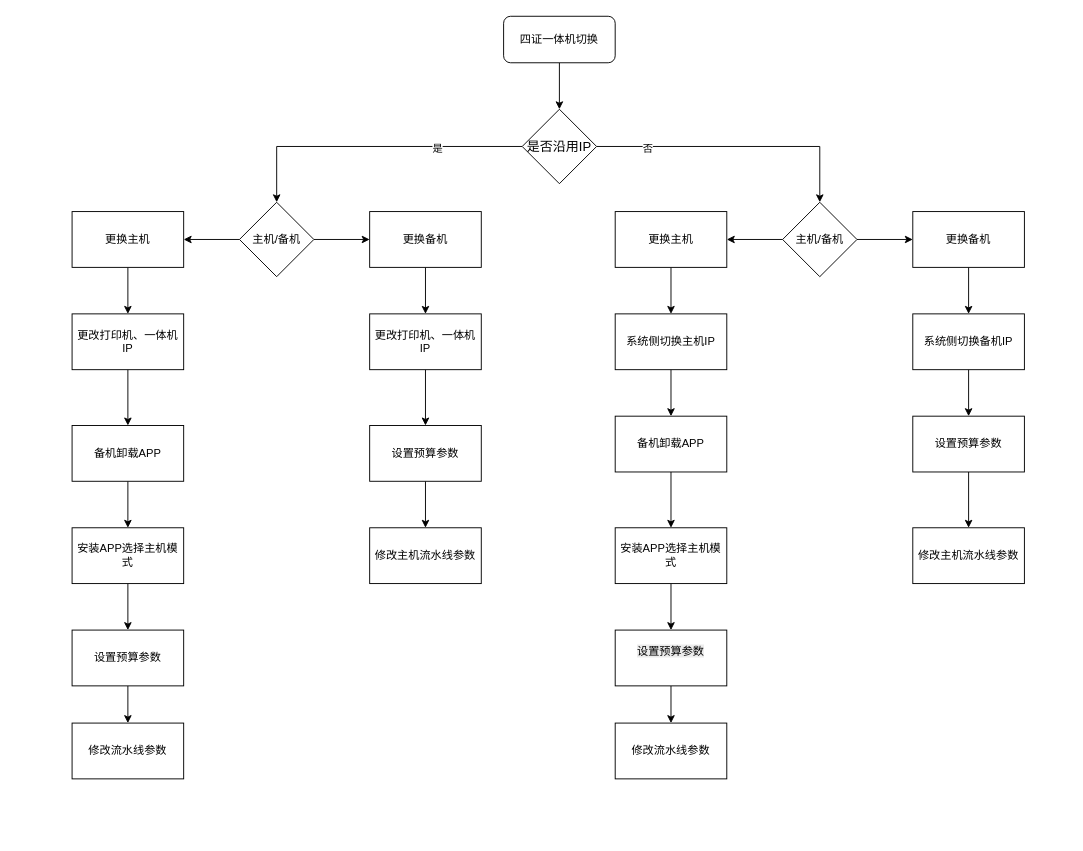
This is page "第 2 页" (2 of 3) of 未命名绘图.drawio from fgh2894/fgh2894.github.io, a draw.io file, before an edit. Source tidied: cells renumbered, new cells numbered last; positions are measured from the earlier drawing's top-left corner, leaving out a move shared by most shapes. Both pictures are drawn from the tidied source at 93%, with x=0, y=0 at pixel (72, 16).
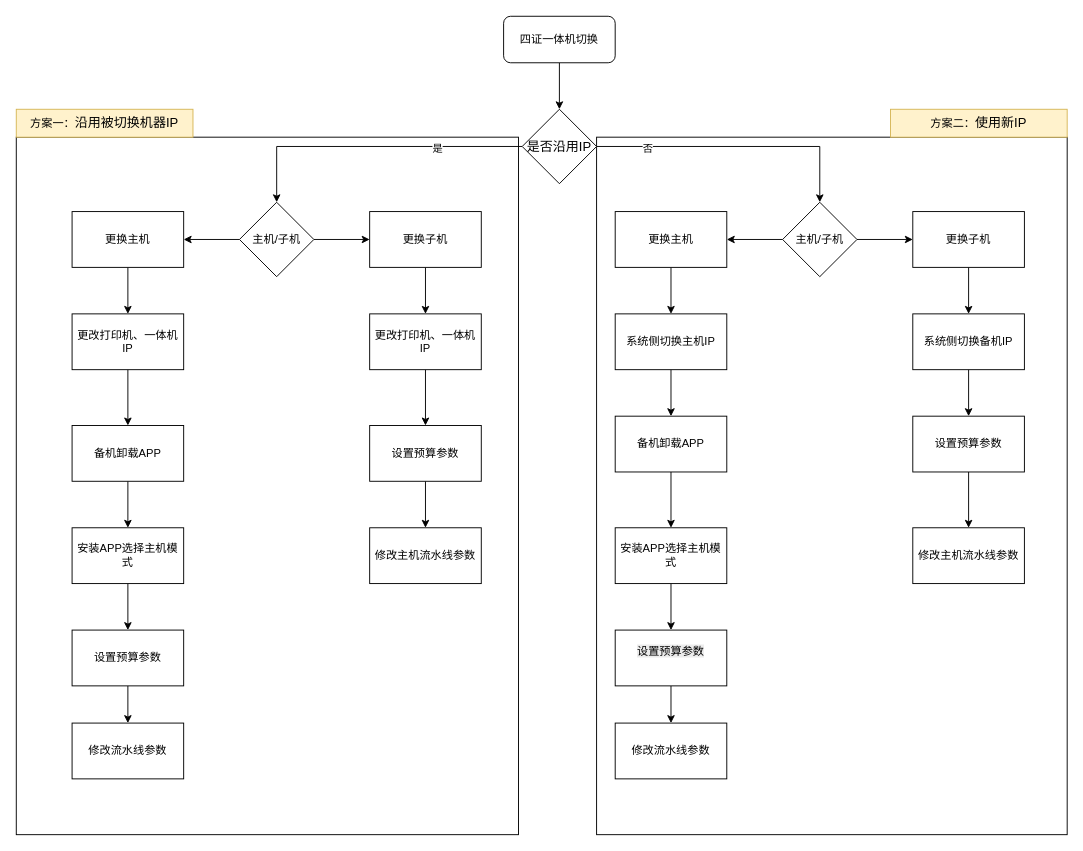
After the change.

Diff of the diagram source:
```diff
@@
+    <mxCell id="52" style="rounded=0;whiteSpace=wrap;html=1;" parent="1" vertex="1">
+      <mxGeometry x="564" y="130" width="506" height="750" as="geometry" />
+    </mxCell>
+    <mxCell id="53" style="rounded=0;whiteSpace=wrap;html=1;" parent="1" vertex="1">
+      <mxGeometry x="-60" y="130" width="540" height="750" as="geometry" />
+    </mxCell>
@@
-    <mxCell id="11" value="主机/备机" style="rhombus;whiteSpace=wrap;html=1;" parent="1" vertex="1">
+    <mxCell id="11" value="主机/子机" style="rhombus;whiteSpace=wrap;html=1;" parent="1" vertex="1">
       <mxGeometry x="180" y="200" width="80" height="80" as="geometry" />
     </mxCell>
@@
-    <mxCell id="14" value="主机/备机" style="rhombus;whiteSpace=wrap;html=1;" parent="1" vertex="1">
+    <mxCell id="14" value="主机/子机" style="rhombus;whiteSpace=wrap;html=1;" parent="1" vertex="1">
       <mxGeometry x="764" y="200" width="80" height="80" as="geometry" />
     </mxCell>
@@
-    <mxCell id="18" value="更换备机" style="whiteSpace=wrap;html=1;" parent="1" vertex="1">
+    <mxCell id="18" value="更换子机" style="whiteSpace=wrap;html=1;" parent="1" vertex="1">
       <mxGeometry x="320" y="210" width="120" height="60" as="geometry" />
     </mxCell>
@@
-    <mxCell id="50" value="更换备机" style="whiteSpace=wrap;html=1;" parent="1" vertex="1">
+    <mxCell id="50" value="更换子机" style="whiteSpace=wrap;html=1;" parent="1" vertex="1">
       <mxGeometry x="904" y="210" width="120" height="60" as="geometry" />
     </mxCell>
@@
+    <mxCell id="54" value="方案一：&lt;font style=&quot;font-family: 宋体; font-size: 10.5pt; background-color: transparent; color: light-dark(rgb(0, 0, 0), rgb(255, 255, 255));&quot; face=&quot;宋体&quot;&gt;沿用被切换机器&lt;/font&gt;&lt;font style=&quot;font-size: 10.5pt; background-color: transparent; color: light-dark(rgb(0, 0, 0), rgb(255, 255, 255));&quot; face=&quot;Calibri&quot;&gt;IP&lt;/font&gt;" style="text;html=1;align=center;verticalAlign=middle;whiteSpace=wrap;rounded=0;fillColor=#fff2cc;strokeColor=#d6b656;" parent="1" vertex="1">
+      <mxGeometry x="-60" y="100" width="190" height="30" as="geometry" />
+    </mxCell>
+    <mxCell id="55" value="方案二：&lt;font face=&quot;宋体&quot;&gt;&lt;span style=&quot;font-size: 14px;&quot;&gt;使用新IP&lt;/span&gt;&lt;/font&gt;" style="text;html=1;align=center;verticalAlign=middle;whiteSpace=wrap;rounded=0;fillColor=#fff2cc;strokeColor=#d6b656;" parent="1" vertex="1">
+      <mxGeometry x="880" y="100" width="190" height="30" as="geometry" />
+    </mxCell>
```
